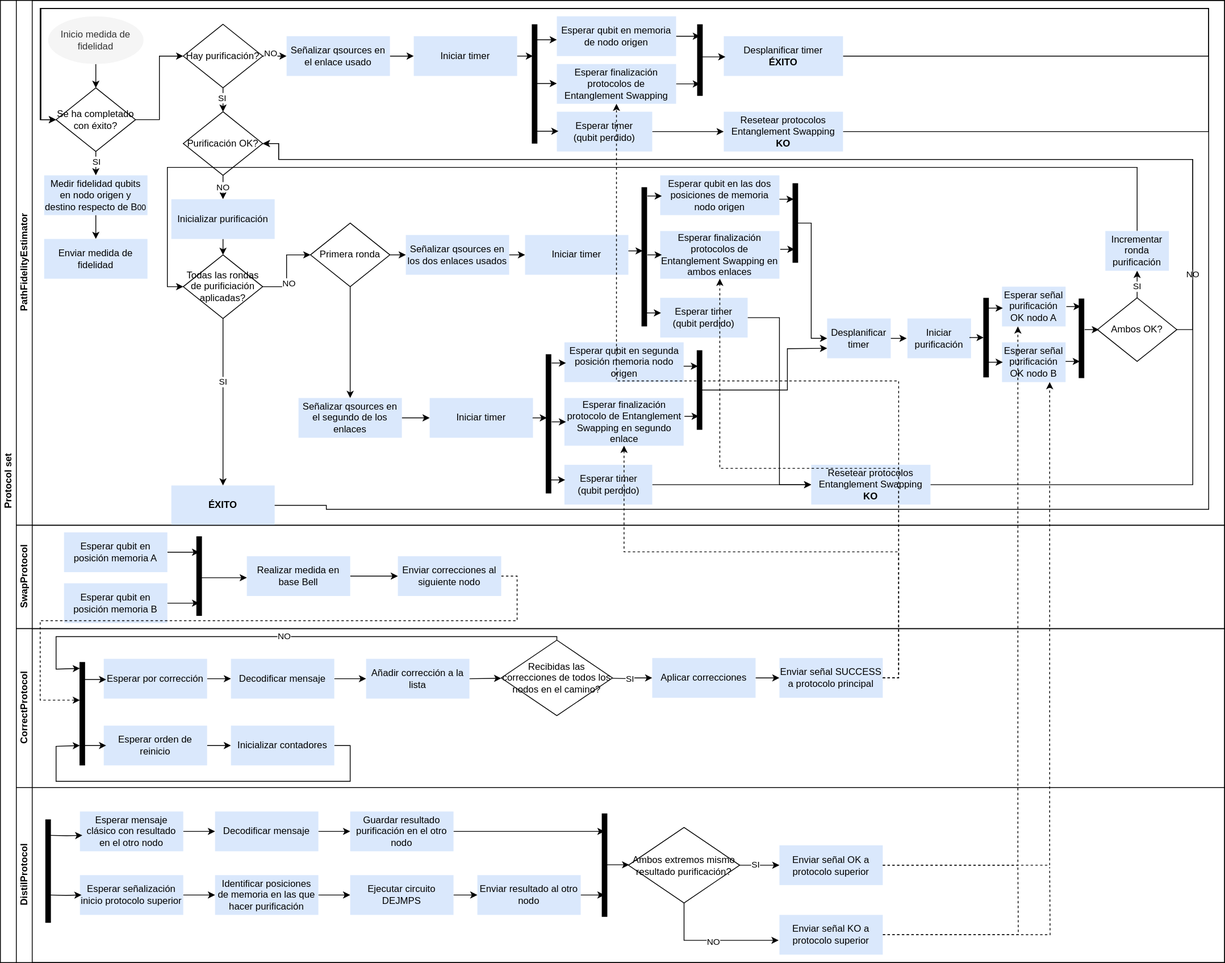
This is Diagramas/Flujo/tec-PathFidelityEstimator.svg from davidpcuvigo/quantumcity, a draw.io export, as it was before one commit. Source tidied: cells renumbered, new cells last; positions are measured from the earlier drawing's top-left corner, leaving out a move shared by most shapes.
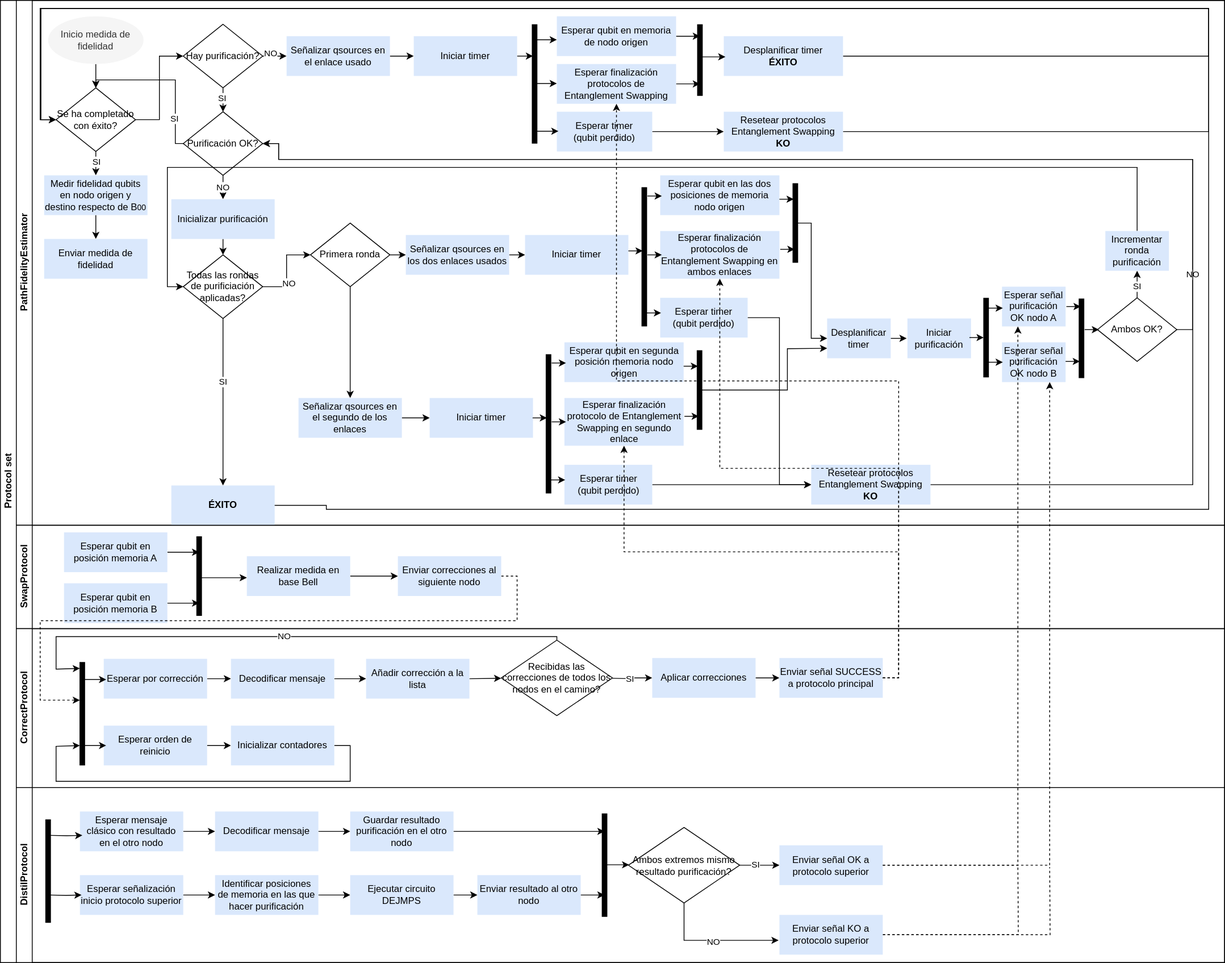
Later version of the same file.

Diff of the diagram source:
```diff
@@ -142,6 +142,18 @@
     <mxCell id="37" value="NO" style="edgeLabel;html=1;align=center;verticalAlign=middle;" parent="36" vertex="1">
       <mxGeometry x="-0.07" y="-1" relative="1" as="geometry" />
     </mxCell>
+    <mxCell id="174" style="edgeStyle=orthogonalEdgeStyle;rounded=0;jettySize=auto;html=1;exitX=0;exitY=0.5;exitDx=0;exitDy=0;entryX=0.5;entryY=0;entryDx=0;entryDy=0;" parent="3" edge="1" source="38" target="9">
+      <mxGeometry relative="1" as="geometry">
+        <Array as="points">
+          <mxPoint x="200" y="180" />
+          <mxPoint x="200" y="100" />
+          <mxPoint x="100" y="100" />
+        </Array>
+      </mxGeometry>
+    </mxCell>
+    <mxCell id="175" value="SI" style="edgeLabel;html=1;align=center;verticalAlign=middle;" parent="174" vertex="1">
+      <mxGeometry x="-0.58" y="2" relative="1" as="geometry" />
+    </mxCell>
     <mxCell id="38" value="Purificación OK?" style="rhombus;whiteSpace=wrap;html=1;fontFamily=Helvetica;fontSize=12;fontColor=#000000;align=center;" parent="3" vertex="1">
       <mxGeometry x="210" y="140" width="100" height="80" as="geometry" />
     </mxCell>
```
